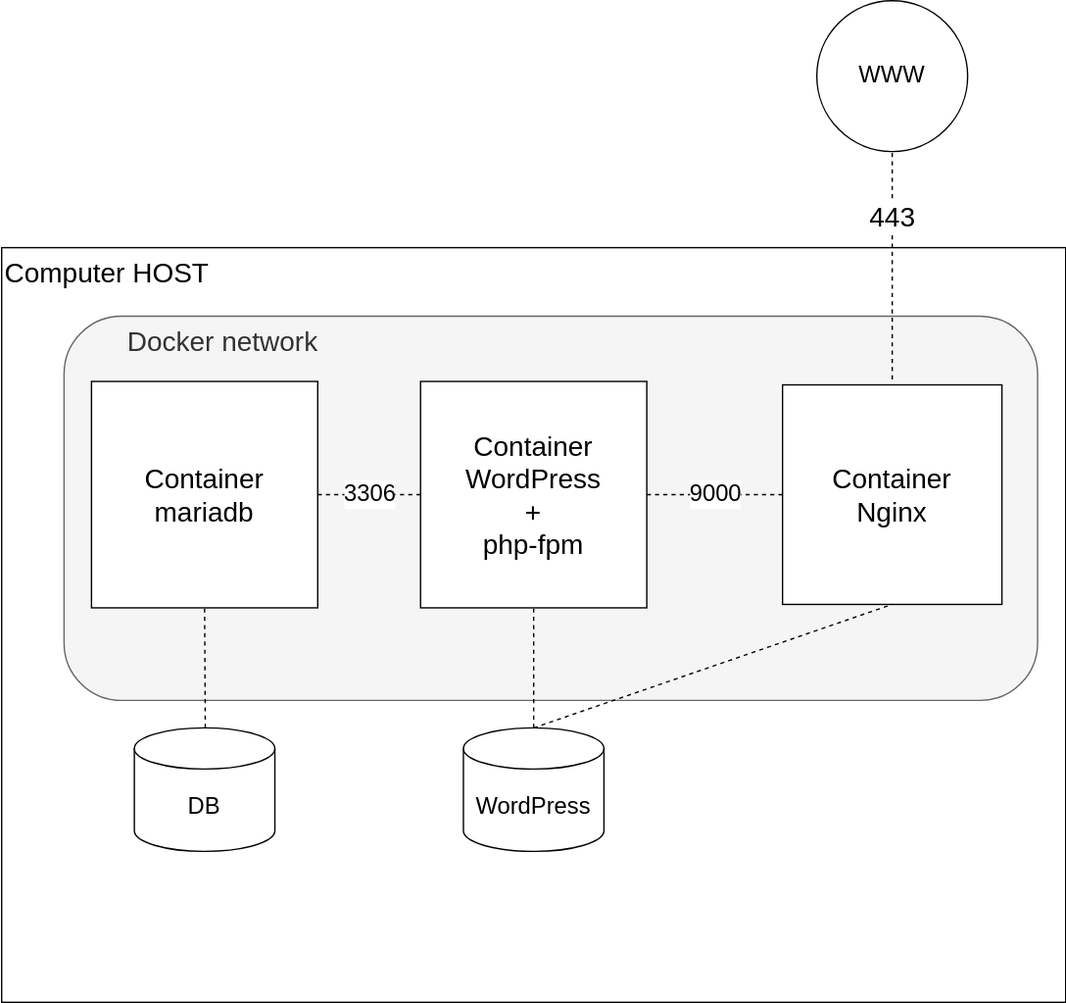
The draw.io diagram Untitled Diagram.svg in public-jun/Inception, before a commit. Source tidied: cells renumbered, new cells last; positions are measured from the earlier drawing's top-left corner, leaving out a move shared by most shapes. The source it was exported from:
```xml
<mxGraphModel>
  <root>
    <mxCell id="0" />
    <mxCell id="1" parent="0" />
    <mxCell id="2" value="Computer HOST" style="rounded=0;whiteSpace=wrap;html=1;fontFamily=Helvetica;align=left;verticalAlign=top;fontSize=20;" parent="1" vertex="1">
      <mxGeometry x="0.5" y="180" width="776" height="550" as="geometry" />
    </mxCell>
    <mxCell id="3" value="&lt;span style=&quot;white-space: pre&quot;&gt;&#9;&lt;/span&gt;Docker network" style="rounded=1;whiteSpace=wrap;html=1;fontFamily=Helvetica;fontSize=20;align=left;verticalAlign=top;labelBackgroundColor=none;fillColor=#f5f5f5;strokeColor=#666666;fontColor=#333333;" parent="1" vertex="1">
      <mxGeometry x="46" y="230" width="710" height="280" as="geometry" />
    </mxCell>
    <mxCell id="4" value="Container&lt;br&gt;WordPress&lt;br&gt;+&lt;br&gt;php-fpm" style="whiteSpace=wrap;html=1;fontFamily=Helvetica;fontSize=20;align=center;verticalAlign=middle;" parent="1" vertex="1">
      <mxGeometry x="306" y="277.5" width="165" height="165" as="geometry" />
    </mxCell>
    <mxCell id="5" value="Container&lt;br&gt;&lt;div style=&quot;&quot;&gt;&lt;span&gt;Nginx&lt;/span&gt;&lt;/div&gt;" style="whiteSpace=wrap;html=1;fontFamily=Helvetica;fontSize=20;align=center;verticalAlign=middle;" parent="1" vertex="1">
      <mxGeometry x="570" y="280" width="160" height="160" as="geometry" />
    </mxCell>
    <mxCell id="6" value="Container&lt;br&gt;&lt;div style=&quot;&quot;&gt;&lt;span&gt;mariadb&lt;/span&gt;&lt;/div&gt;" style="whiteSpace=wrap;html=1;fontFamily=Helvetica;fontSize=20;align=center;verticalAlign=middle;" parent="1" vertex="1">
      <mxGeometry x="66" y="277.5" width="165" height="165" as="geometry" />
    </mxCell>
    <mxCell id="7" value="443" style="endArrow=none;dashed=1;html=1;fontFamily=Helvetica;fontSize=20;fontColor=#000000;entryX=0.5;entryY=1;entryDx=0;entryDy=0;exitX=0.5;exitY=0;exitDx=0;exitDy=0;" parent="1" edge="1" target="15">
      <mxGeometry x="0.43" relative="1" as="geometry">
        <mxPoint x="650" y="276" as="sourcePoint" />
      </mxGeometry>
    </mxCell>
    <mxCell id="8" value="9000" style="endArrow=none;dashed=1;html=1;fontFamily=Helvetica;fontSize=17;fontColor=#000000;exitX=1;exitY=0.5;exitDx=0;exitDy=0;" parent="1" edge="1" source="4" target="5">
      <mxGeometry relative="1" as="geometry" />
    </mxCell>
    <mxCell id="9" value="3306" style="endArrow=none;dashed=1;html=1;fontFamily=Helvetica;fontSize=17;fontColor=#000000;exitX=1;exitY=0.5;exitDx=0;exitDy=0;entryX=0;entryY=0.5;entryDx=0;entryDy=0;" parent="1" edge="1" source="6" target="4">
      <mxGeometry relative="1" as="geometry" />
    </mxCell>
    <mxCell id="10" value="WordPress" style="shape=cylinder3;whiteSpace=wrap;html=1;boundedLbl=1;backgroundOutline=1;size=15;labelBackgroundColor=none;fontFamily=Helvetica;fontSize=17;fontColor=#000000;align=center;verticalAlign=middle;" parent="1" vertex="1">
      <mxGeometry x="337.2" y="530" width="102.5" height="90" as="geometry" />
    </mxCell>
    <mxCell id="11" value="DB" style="shape=cylinder3;whiteSpace=wrap;html=1;boundedLbl=1;backgroundOutline=1;size=15;labelBackgroundColor=none;fontFamily=Helvetica;fontSize=17;fontColor=#000000;align=center;verticalAlign=middle;" parent="1" vertex="1">
      <mxGeometry x="97.2" y="530" width="102.5" height="90" as="geometry" />
    </mxCell>
    <mxCell id="12" style="endArrow=none;dashed=1;html=1;fontFamily=Helvetica;fontSize=17;fontColor=#000000;entryX=0.5;entryY=1;entryDx=0;entryDy=0;exitX=0.5;exitY=0;exitDx=0;exitDy=0;exitPerimeter=0;" parent="1" edge="1" source="10" target="5">
      <mxGeometry relative="1" as="geometry" />
    </mxCell>
    <mxCell id="13" style="endArrow=none;dashed=1;html=1;fontFamily=Helvetica;fontSize=17;fontColor=#000000;entryX=0.5;entryY=1;entryDx=0;entryDy=0;exitX=0.5;exitY=0;exitDx=0;exitDy=0;exitPerimeter=0;" parent="1" edge="1" source="10" target="4">
      <mxGeometry relative="1" as="geometry" />
    </mxCell>
    <mxCell id="14" style="endArrow=none;dashed=1;html=1;fontFamily=Helvetica;fontSize=17;fontColor=#000000;entryX=0.5;entryY=1;entryDx=0;entryDy=0;" parent="1" edge="1" target="6">
      <mxGeometry relative="1" as="geometry">
        <mxPoint x="149" y="530" as="sourcePoint" />
      </mxGeometry>
    </mxCell>
    <mxCell id="15" value="WWW" style="ellipse;whiteSpace=wrap;html=1;labelBackgroundColor=none;fontFamily=Helvetica;fontSize=17;fontColor=#000000;align=center;verticalAlign=middle;" parent="1" vertex="1">
      <mxGeometry x="595" width="110" height="110" as="geometry" />
    </mxCell>
  </root>
</mxGraphModel>
```
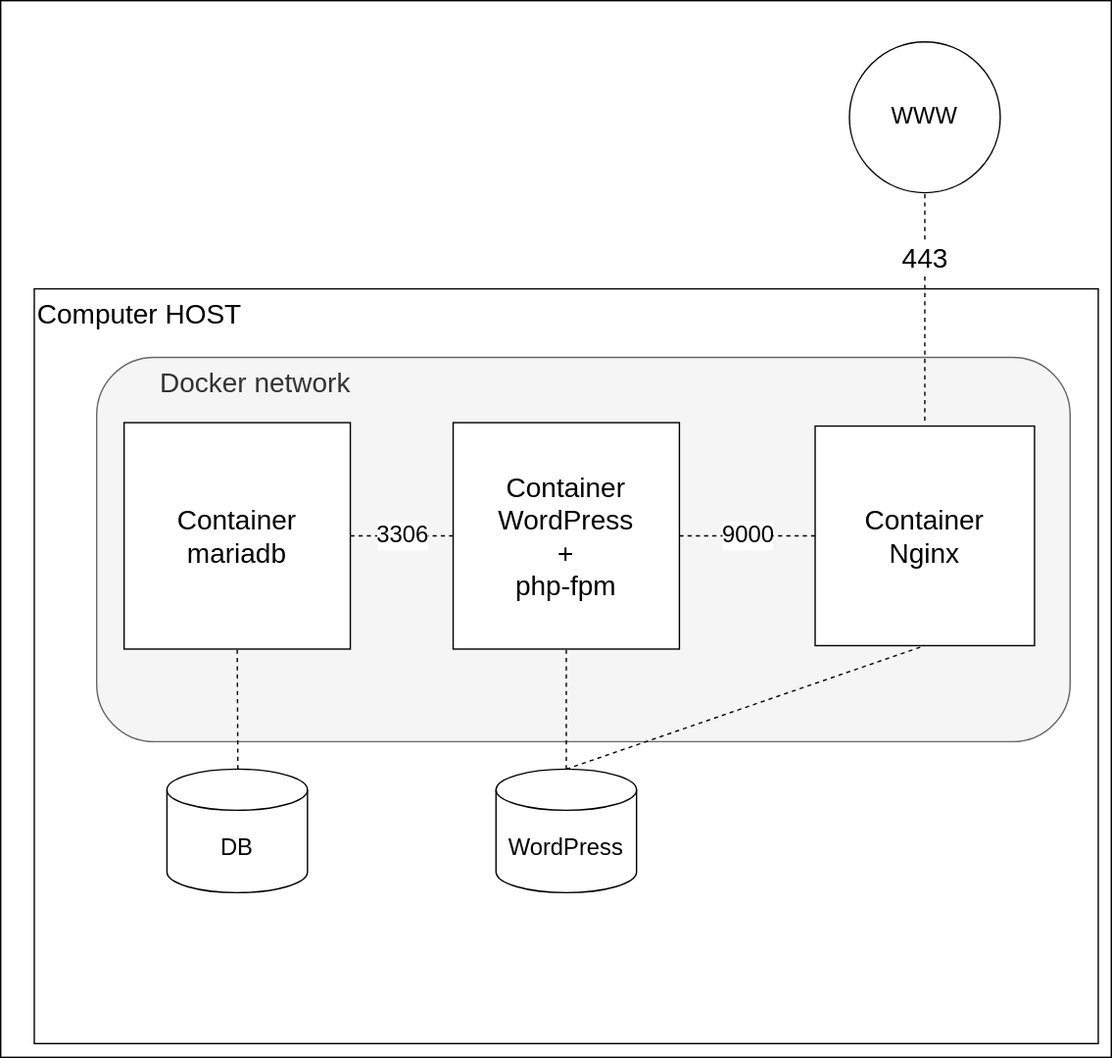
Later version of the same file.

Diff of the diagram source:
```diff
@@ -48,5 +48,8 @@
     <mxCell id="15" value="WWW" style="ellipse;whiteSpace=wrap;html=1;labelBackgroundColor=none;fontFamily=Helvetica;fontSize=17;fontColor=#000000;align=center;verticalAlign=middle;" parent="1" vertex="1">
       <mxGeometry x="595" width="110" height="110" as="geometry" />
     </mxCell>
+    <mxCell id="16" style="rounded=0;whiteSpace=wrap;html=1;fillColor=none;" parent="1" vertex="1">
+      <mxGeometry x="-24" y="-30" width="810" height="770" as="geometry" />
+    </mxCell>
   </root>
 </mxGraphModel>
```
